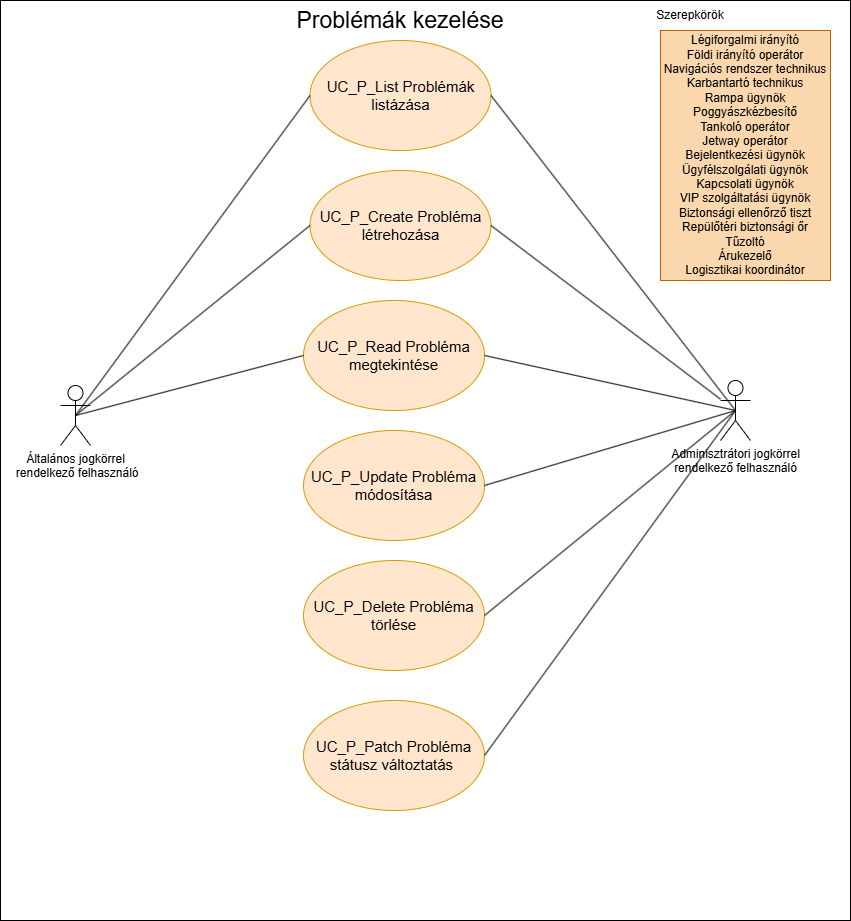
Before: docs/static/UC_diagrams/manageProblemsUseCases.drawio.png, a diagram exported from draw.io (lulwszabolcs/A-PROJEKT). Source tidied: cells renumbered, new cells last; positions are measured from the earlier drawing's top-left corner, leaving out a move shared by most shapes.
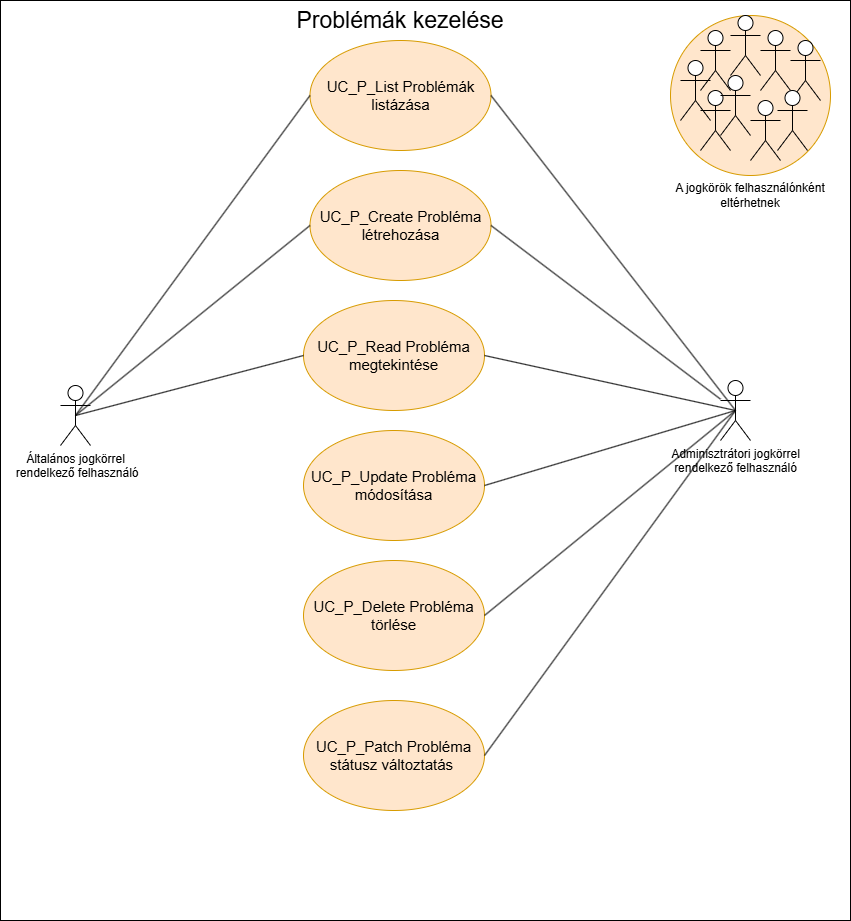
After the commit.

Diff of the diagram source:
```diff
@@ -59,11 +59,38 @@
     <mxCell id="20" value="Adminisztrátori jogkörrel&lt;div&gt;rendelkező felhasználó&lt;/div&gt;" style="shape=umlActor;verticalLabelPosition=bottom;verticalAlign=top;html=1;outlineConnect=0;" parent="1" vertex="1">
       <mxGeometry x="720" y="380" width="30" height="60" as="geometry" />
     </mxCell>
-    <mxCell id="21" value="Szerepkörök" style="text;html=1;align=center;verticalAlign=middle;whiteSpace=wrap;rounded=0;" parent="1" vertex="1">
-      <mxGeometry x="660" width="60" height="30" as="geometry" />
-    </mxCell>
-    <mxCell id="22" value="Légiforgalmi irányító&lt;div&gt;Földi irányító operátor&lt;/div&gt;&lt;div&gt;Navigációs rendszer technikus&lt;/div&gt;&lt;div&gt;Karbantartó technikus&lt;/div&gt;&lt;div&gt;Rampa ügynök&lt;/div&gt;&lt;div&gt;Poggyászkézbesítő&lt;/div&gt;&lt;div&gt;Tankoló operátor&lt;/div&gt;&lt;div&gt;Jetway operátor&lt;/div&gt;&lt;div&gt;Bejelentkezési ügynök&lt;/div&gt;&lt;div&gt;Ügyfélszolgálati ügynök&lt;/div&gt;&lt;div&gt;Kapcsolati ügynök&lt;/div&gt;&lt;div&gt;VIP szolgáltatási ügynök&lt;/div&gt;&lt;div&gt;Biztonsági ellenőrző tiszt&lt;/div&gt;&lt;div&gt;Repülőtéri biztonsági őr&lt;/div&gt;&lt;div&gt;Tűzoltó&lt;/div&gt;&lt;div&gt;Árukezelő&lt;/div&gt;&lt;div&gt;Logisztikai koordinátor&lt;/div&gt;" style="rounded=0;whiteSpace=wrap;html=1;fillColor=#fad7ac;strokeColor=#b46504;" parent="1" vertex="1">
-      <mxGeometry x="660" y="30" width="170" height="250" as="geometry" />
-    </mxCell>
+    <mxCell id="23" style="ellipse;whiteSpace=wrap;html=1;fillColor=#ffe6cc;strokeColor=#d79b00;" parent="1" vertex="1">
+      <mxGeometry x="670" y="15" width="160" height="160" as="geometry" />
+    </mxCell>
+    <mxCell id="24" style="shape=umlActor;verticalLabelPosition=bottom;verticalAlign=top;html=1;" parent="1" vertex="1">
+      <mxGeometry x="680" y="60" width="30" height="60" as="geometry" />
+    </mxCell>
+    <mxCell id="25" style="shape=umlActor;verticalLabelPosition=bottom;verticalAlign=top;html=1;" parent="1" vertex="1">
+      <mxGeometry x="700" y="30" width="30" height="60" as="geometry" />
+    </mxCell>
+    <mxCell id="26" style="shape=umlActor;verticalLabelPosition=bottom;verticalAlign=top;html=1;" parent="1" vertex="1">
+      <mxGeometry x="790" y="40" width="30" height="60" as="geometry" />
+    </mxCell>
+    <mxCell id="27" style="shape=umlActor;verticalLabelPosition=bottom;verticalAlign=top;html=1;" parent="1" vertex="1">
+      <mxGeometry x="730" y="15" width="30" height="60" as="geometry" />
+    </mxCell>
+    <mxCell id="28" style="shape=umlActor;verticalLabelPosition=bottom;verticalAlign=top;html=1;" parent="1" vertex="1">
+      <mxGeometry x="760" y="30" width="30" height="60" as="geometry" />
+    </mxCell>
+    <mxCell id="29" style="shape=umlActor;verticalLabelPosition=bottom;verticalAlign=top;html=1;" parent="1" vertex="1">
+      <mxGeometry x="700" y="90" width="30" height="60" as="geometry" />
+    </mxCell>
+    <mxCell id="30" style="shape=umlActor;verticalLabelPosition=bottom;verticalAlign=top;html=1;" parent="1" vertex="1">
+      <mxGeometry x="720" y="75" width="30" height="60" as="geometry" />
+    </mxCell>
+    <mxCell id="31" style="shape=umlActor;verticalLabelPosition=bottom;verticalAlign=top;html=1;" parent="1" vertex="1">
+      <mxGeometry x="777" y="90" width="30" height="60" as="geometry" />
+    </mxCell>
+    <mxCell id="32" style="shape=umlActor;verticalLabelPosition=bottom;verticalAlign=top;html=1;" parent="1" vertex="1">
+      <mxGeometry x="750" y="100" width="30" height="60" as="geometry" />
+    </mxCell>
+    <mxCell id="33" value="A jogkörök felhasználónként eltérhetnek" style="text;html=1;align=center;verticalAlign=middle;whiteSpace=wrap;rounded=0;" parent="1" vertex="1">
+      <mxGeometry x="660" y="180" width="180" height="30" as="geometry" />
+    </mxCell>
   </root>
 </mxGraphModel>
```
